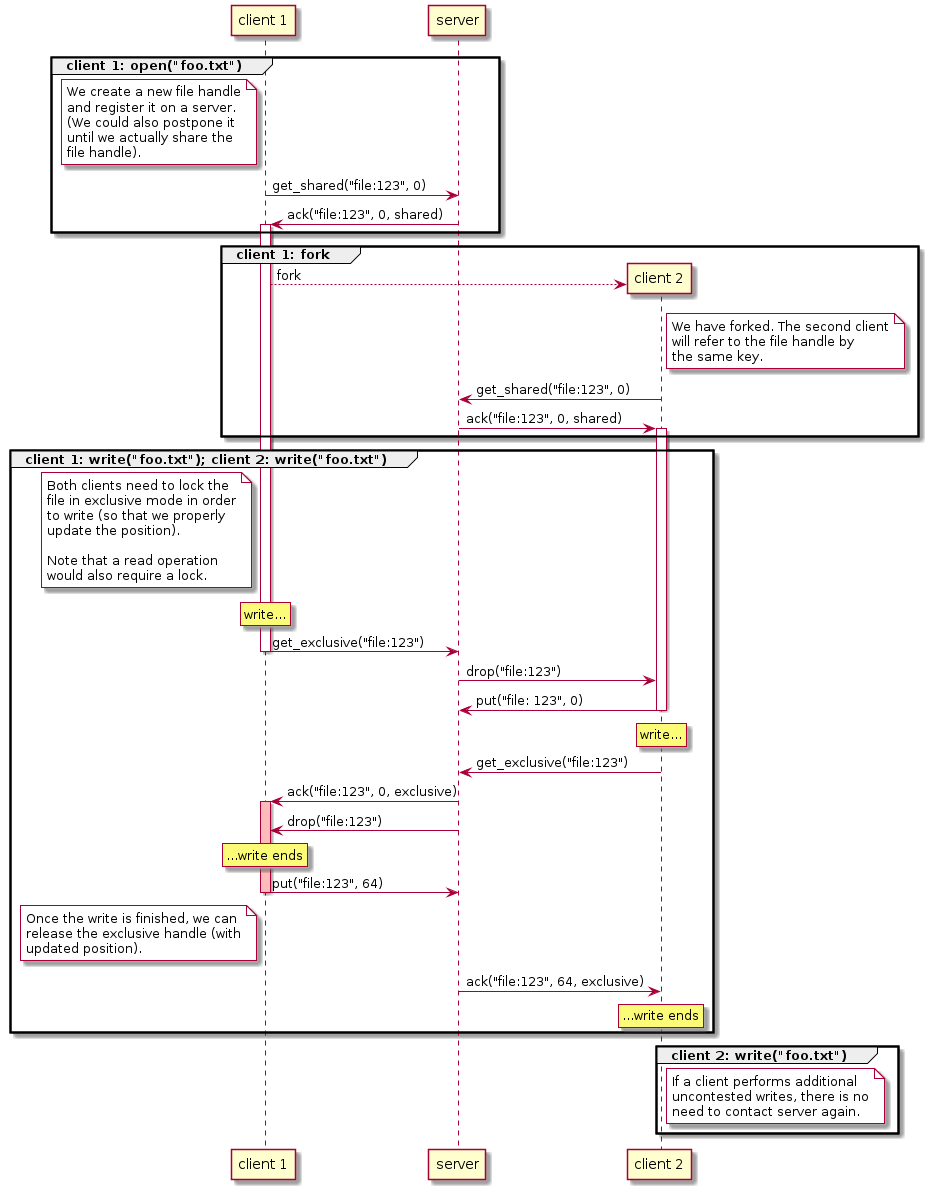
This is diagrams/write.png from pwmarcz/fs-demo, a PlantUML export, as it was before one commit. The source it was exported from:
```plantuml
@startuml
participant c1 as "client 1"
participant s as "server"
participant c2 as "client 2"

group client 1: open("foo.txt")

  note left of c1 #white
    We create a new file handle
    and register it on a server.
    (We could also postpone it
    until we actually share the
    file handle).
  end note

  c1 -> s: get_shared("file:123", 0)
  s -> c1: ack("file:123", 0, shared)
  activate c1
end

group client 1: fork

  c1 --> c2 ** : fork

  note right of c2 #white
    We have forked. The second client
    will refer to the file handle by
    the same key.
  end note

  c2 -> s: get_shared("file:123", 0)
  s -> c2: ack("file:123", 0, shared)
  activate c2
end

group client 1: write("foo.txt"); client 2: write("foo.txt")

  note left of c1 #white
    Both clients need to lock the
    file in exclusive mode in order
    to write (so that we properly
    update the position).

    Note that a read operation
    would also require a lock.
  end note

  rnote over c1: write...

  c1 -> s: get_exclusive("file:123")
  deactivate c1
  s -> c2: drop("file:123")
  c2 -> s: put("file: 123", 0)
  deactivate c2

  rnote over c2: write...

  c2 -> s: get_exclusive("file:123")

  s -> c1: ack("file:123", 0, exclusive)
  activate c1 #ffbbbb

  s -> c1: drop("file:123")

  rnote over c1: ...write ends

  c1 -> s: put("file:123", 64)
  deactivate c1

  note left of c1 #white
    Once the write is finished, we can
    release the exclusive handle (with
    updated position).
  end note

  s -> c2: ack("file:123", 64, exclusive)
  rnote over c2: ...write ends
end

group client 2: write("foo.txt")
  note right of c2 #white
    If a client performs additional
    uncontested writes, there is no
    need to contact server again.
  end note
end
@enduml
```
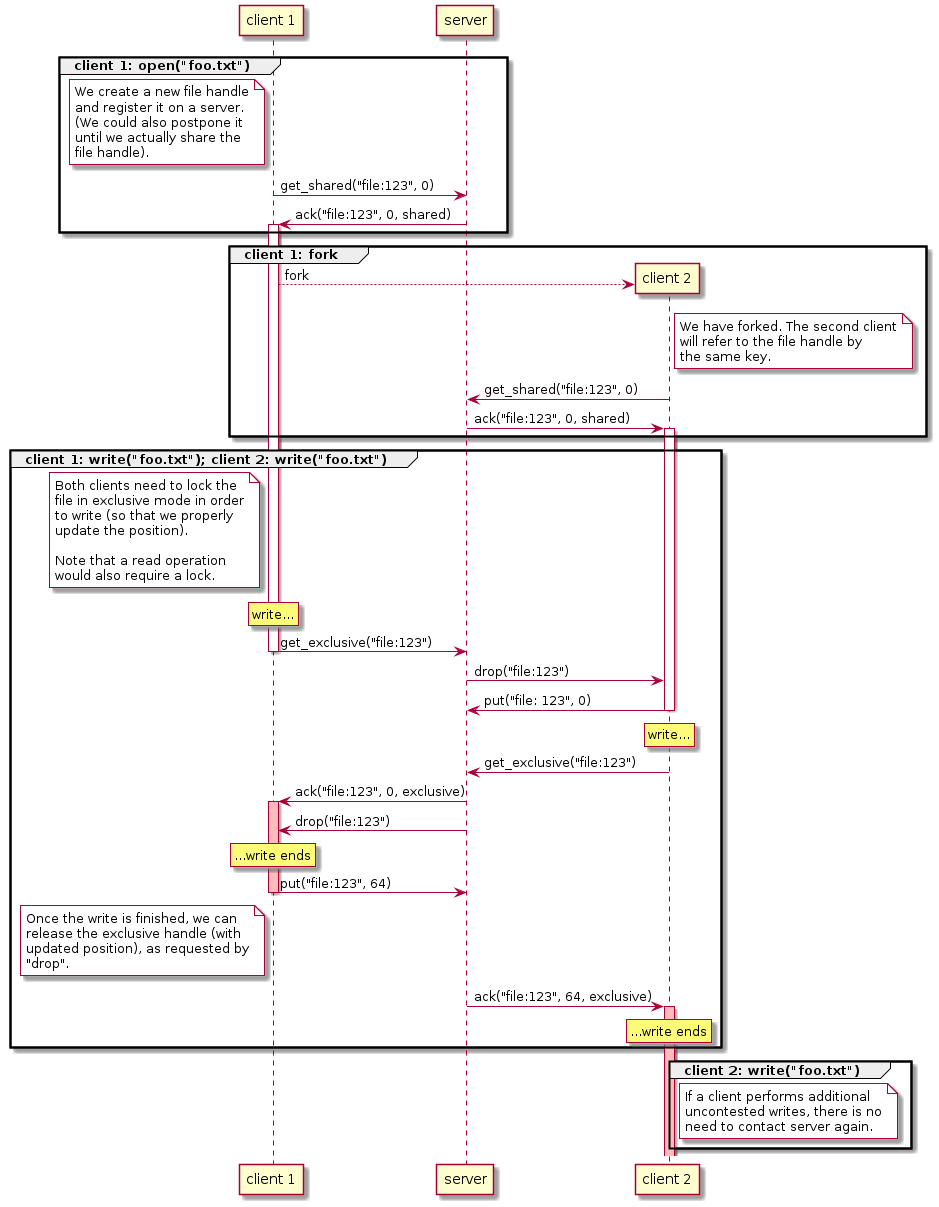
The same file after the commit.

What changed in the source:
```diff
@@ -70,10 +70,12 @@
   note left of c1 #white
     Once the write is finished, we can
     release the exclusive handle (with
-    updated position).
+    updated position), as requested by
+    "drop".
   end note
+  s -> c2: ack("file:123", 64, exclusive)
+  activate c2 #ffbbbb
 
-  s -> c2: ack("file:123", 64, exclusive)
   rnote over c2: ...write ends
 end
 
```
